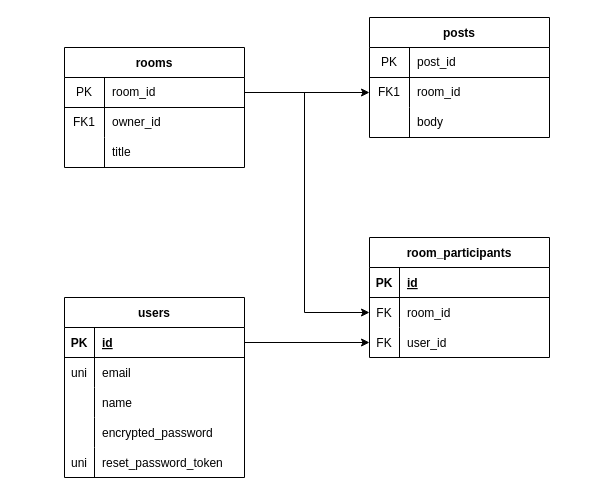
Before: EntryRelation.drawio in Terufuji3/ANONIM, a draw.io diagram. Source tidied: cells renumbered, new cells numbered last; positions are measured from the earlier drawing's top-left corner, leaving out a move shared by most shapes. Both pictures are drawn from the tidied source at 100%, with x=0, y=0 at pixel (64, 17).
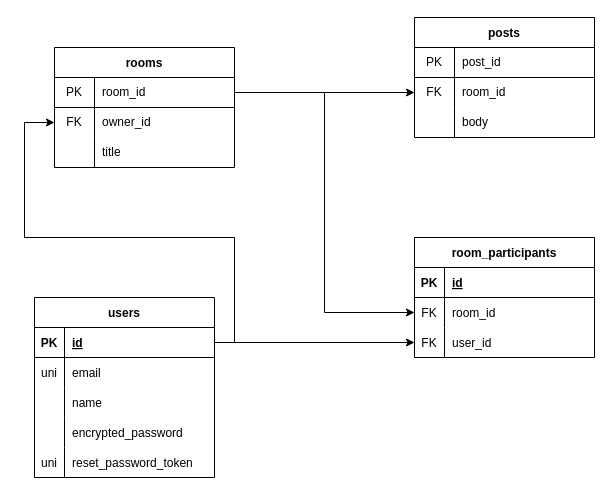
Above is the later version.

Commit message:
EntryRelation.drawio を更新します

Unchanged cells that the change refers to:
```xml
<mxCell id="3" style="shape=partialRectangle;html=1;whiteSpace=wrap;fillColor=none;top=0;left=0;bottom=1;right=0;points=[[0,0.5],[1,0.5]];portConstraint=eastwest;" parent="2" vertex="1">
  <mxGeometry y="30" width="180" height="30" as="geometry" />
</mxCell>
<mxCell id="6" style="shape=partialRectangle;html=1;whiteSpace=wrap;fillColor=none;top=0;left=0;bottom=0;right=0;points=[[0,0.5],[1,0.5]];portConstraint=eastwest;" parent="2" vertex="1">
  <mxGeometry y="60" width="180" height="30" as="geometry" />
</mxCell>
<mxCell id="16" style="shape=partialRectangle;html=1;whiteSpace=wrap;fillColor=none;top=0;left=0;bottom=0;right=0;points=[[0,0.5],[1,0.5]];portConstraint=eastwest;" parent="12" vertex="1">
  <mxGeometry y="60" width="180" height="30" as="geometry" />
</mxCell>
<mxCell id="25" style="shape=tableRow;horizontal=0;startSize=0;swimlaneHead=0;swimlaneBody=0;fillColor=none;points=[[0,0.5],[1,0.5]];portConstraint=eastwest;top=0;left=0;right=0;bottom=1;" parent="24" vertex="1">
  <mxGeometry y="30" width="180" height="30" as="geometry" />
</mxCell>
<mxCell id="44" style="shape=tableRow;horizontal=0;startSize=0;swimlaneHead=0;swimlaneBody=0;fillColor=none;points=[[0,0.5],[1,0.5]];portConstraint=eastwest;top=0;left=0;right=0;bottom=0;" parent="40" vertex="1">
  <mxGeometry y="60" width="180" height="30" as="geometry" />
</mxCell>
```

Diff of the diagram source:
```diff
@@
     <mxCell id="2" value="rooms" style="shape=table;startSize=30;childLayout=tableLayout;rowLines=0;fontStyle=1;align=center;" parent="1" vertex="1">
-      <mxGeometry y="30" width="180" height="120" as="geometry" />
+      <mxGeometry x="-10" y="30" width="180" height="120" as="geometry" />
     </mxCell>
@@
-    <mxCell id="7" value="FK1" style="shape=partialRectangle;html=1;whiteSpace=wrap;fillColor=none;top=0;left=0;bottom=0;right=0;overflow=hidden;" parent="6" vertex="1">
+    <mxCell id="7" value="FK" style="shape=partialRectangle;html=1;whiteSpace=wrap;fillColor=none;top=0;left=0;bottom=0;right=0;overflow=hidden;" parent="6" vertex="1">
       <mxGeometry width="40" height="30" as="geometry" />
     </mxCell>
@@
     <mxCell id="12" value="posts" style="shape=table;startSize=30;childLayout=tableLayout;rowLines=0;fontStyle=1;align=center;" parent="1" vertex="1">
-      <mxGeometry x="305" width="180" height="120" as="geometry" />
+      <mxGeometry x="350" width="180" height="120" as="geometry" />
     </mxCell>
@@
-    <mxCell id="17" value="FK1" style="shape=partialRectangle;html=1;whiteSpace=wrap;fillColor=none;top=0;left=0;bottom=0;right=0;overflow=hidden;" parent="16" vertex="1">
+    <mxCell id="17" value="FK" style="shape=partialRectangle;html=1;whiteSpace=wrap;fillColor=none;top=0;left=0;bottom=0;right=0;overflow=hidden;" parent="16" vertex="1">
       <mxGeometry width="40" height="30" as="geometry" />
     </mxCell>
@@
     <mxCell id="24" value="users" style="shape=table;startSize=30;childLayout=tableLayout;rowLines=0;fontStyle=1;align=center;" parent="1" vertex="1">
-      <mxGeometry y="280" width="180" height="180" as="geometry" />
+      <mxGeometry x="-30" y="280" width="180" height="180" as="geometry" />
     </mxCell>
@@
     <mxCell id="40" value="room_participants" style="shape=table;startSize=30;childLayout=tableLayout;rowLines=0;fontStyle=1;align=center;" parent="1" vertex="1">
-      <mxGeometry x="305" y="220" width="180" height="120" as="geometry" />
+      <mxGeometry x="350" y="220" width="180" height="120" as="geometry" />
     </mxCell>
@@
-    <mxCell id="50" style="edgeStyle=orthogonalEdgeStyle;rounded=0;jettySize=auto;html=1;entryX=0;entryY=0.5;entryDx=0;entryDy=0;" parent="1" edge="1" target="44">
-      <mxGeometry relative="1" as="geometry">
-        <mxPoint x="180" y="75" as="sourcePoint" />
-        <Array as="points">
-          <mxPoint x="240" y="75" />
-          <mxPoint x="240" y="295" />
-        </Array>
-      </mxGeometry>
-    </mxCell>
+    <mxCell id="51" style="edgeStyle=orthogonalEdgeStyle;rounded=0;jettySize=auto;html=1;exitX=1;exitY=0.5;exitDx=0;exitDy=0;entryX=0;entryY=0.5;entryDx=0;entryDy=0;" parent="1" edge="1" source="25" target="6">
+      <mxGeometry relative="1" as="geometry">
+        <Array as="points">
+          <mxPoint x="170" y="325" />
+          <mxPoint x="170" y="220" />
+          <mxPoint x="-40" y="220" />
+          <mxPoint x="-40" y="105" />
+        </Array>
+      </mxGeometry>
+    </mxCell>
+    <mxCell id="52" style="edgeStyle=orthogonalEdgeStyle;rounded=0;jettySize=auto;html=1;exitX=1;exitY=0.5;exitDx=0;exitDy=0;" parent="1" edge="1" source="3" target="44">
+      <mxGeometry relative="1" as="geometry" />
+    </mxCell>
```
